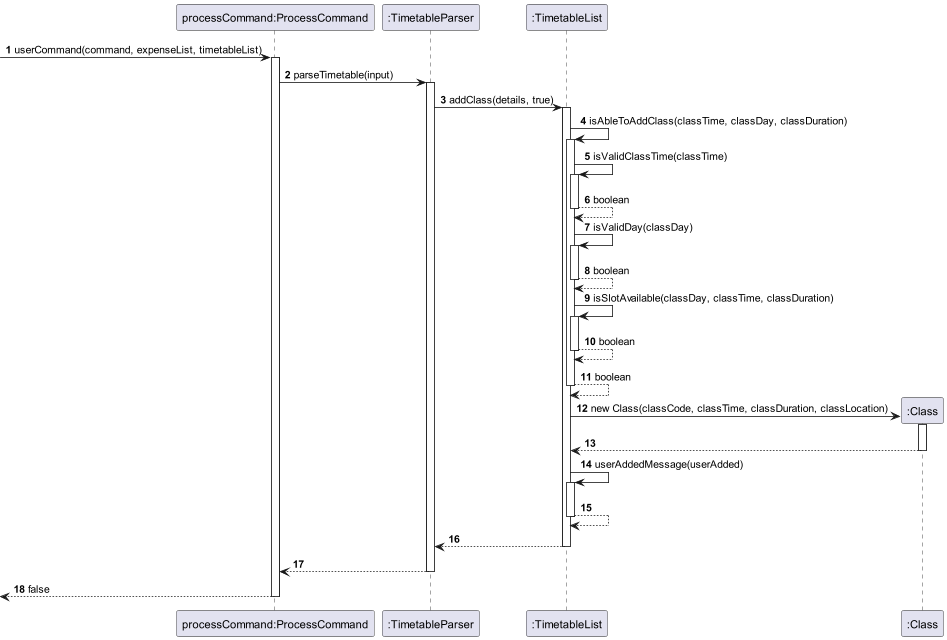
This is docs/diagrams/sequencediagram/AddClass.png from nyh3/tp, a PlantUML export, as it was before one commit.
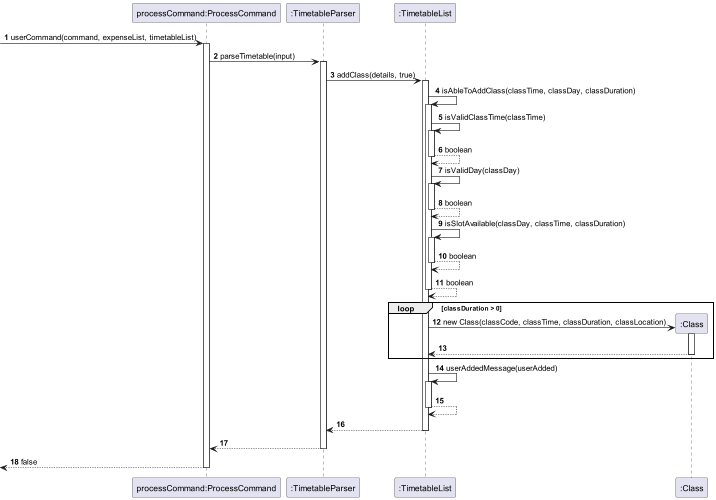
Above is the later version.

Commit message:
Update diagrams and added explanation

What changed in the source:
```diff
@@ -39,12 +39,14 @@
 timetableList --> timetableList: boolean
 deactivate timetableList
 
-create class
-timetableList -> class: new Class(classCode, classTime, classDuration, classLocation)
-activate class
+loop classDuration > 0
+    create class
+    timetableList -> class: new Class(classCode, classTime, classDuration, classLocation)
+    activate class
 
-class --> timetableList:
-deactivate class
+    class --> timetableList:
+    deactivate class
+end
 
 timetableList -> timetableList: userAddedMessage(userAdded)
 activate timetableList
```
